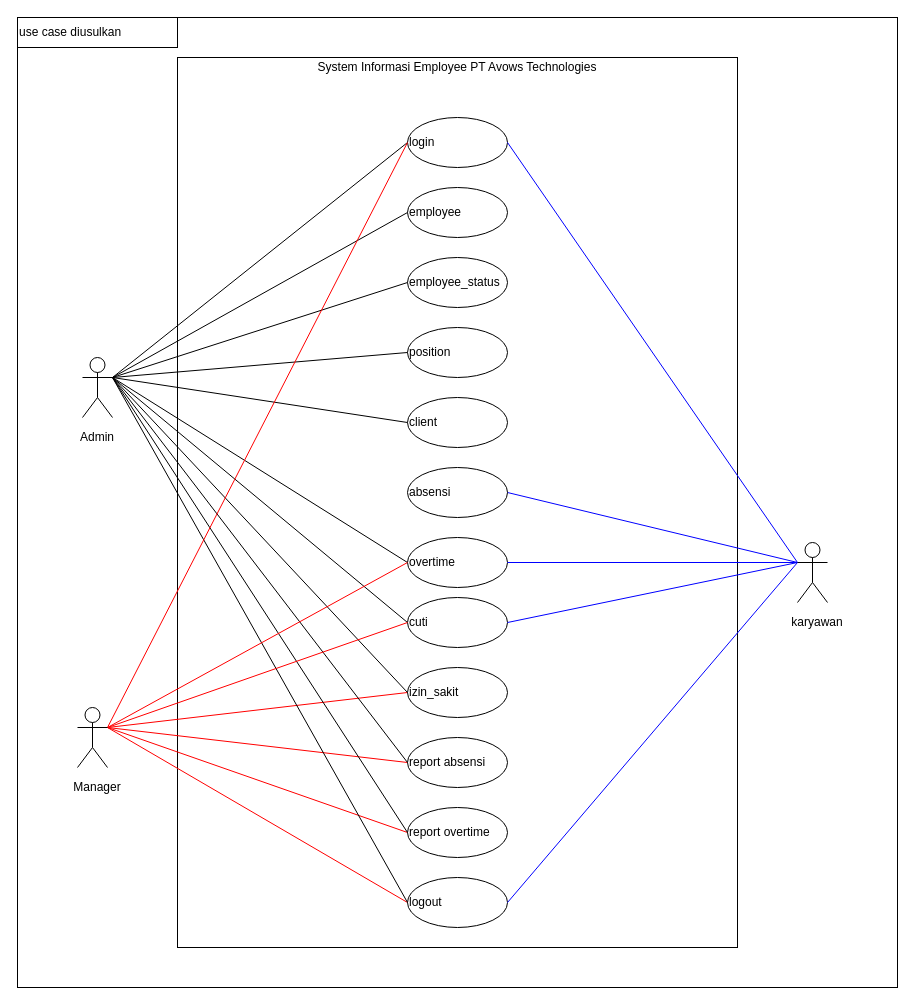
Before: page "uml" (4 of 8) of Penulisan/Bab 3-revisi sidang.drawio in w4hyud1/leni_karyawan, a draw.io diagram. Source tidied: cells renumbered, new cells numbered last; positions are measured from the earlier drawing's top-left corner, leaving out a move shared by most shapes. Both pictures are drawn from the tidied source at 100%, with x=0, y=0 at pixel (17, 17).
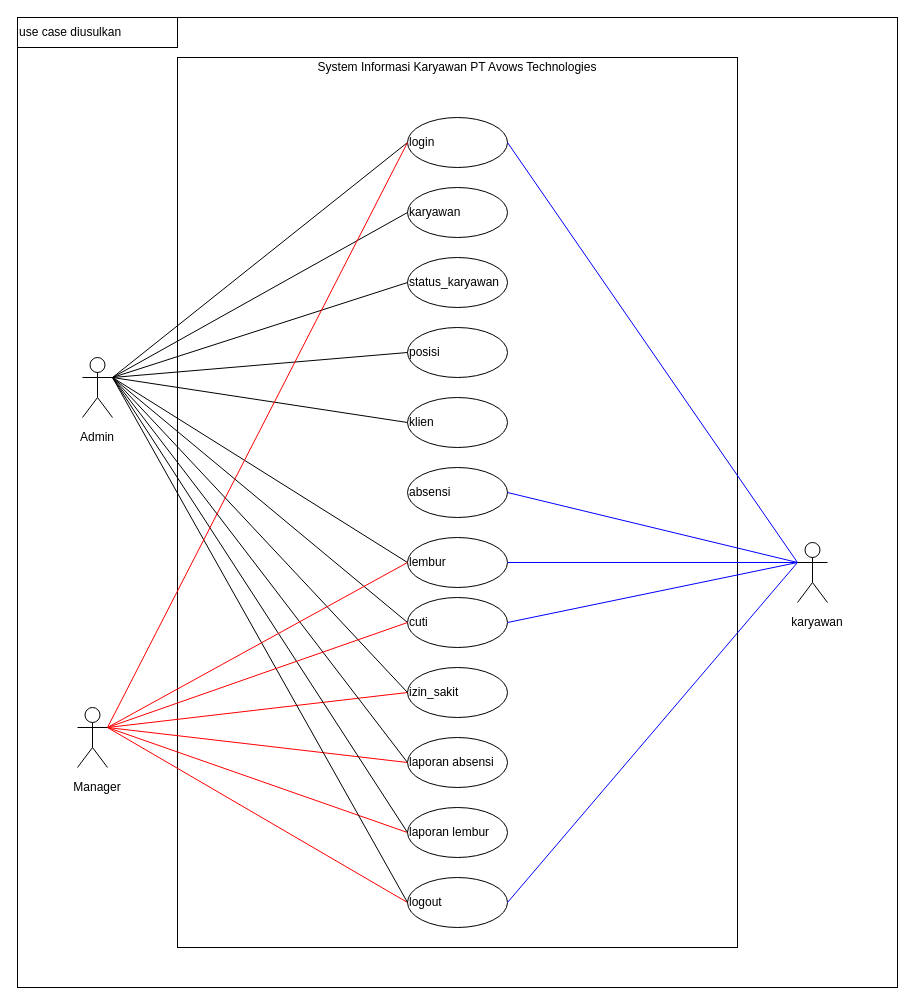
Above is the later version.

Diff of the diagram source:
```diff
@@
-    <mxCell id="6" value="employee" style="ellipse;whiteSpace=wrap;html=1;sketch=0;strokeColor=#000000;strokeWidth=1;fillColor=none;align=left;" parent="1" vertex="1">
+    <mxCell id="6" value="karyawan" style="ellipse;whiteSpace=wrap;html=1;sketch=0;strokeColor=#000000;strokeWidth=1;fillColor=none;align=left;" parent="1" vertex="1">
       <mxGeometry x="390" y="170" width="100" height="50" as="geometry" />
     </mxCell>
-    <mxCell id="7" value="employee_status" style="ellipse;whiteSpace=wrap;html=1;sketch=0;strokeColor=#000000;strokeWidth=1;fillColor=none;align=left;" parent="1" vertex="1">
+    <mxCell id="7" value="status_karyawan" style="ellipse;whiteSpace=wrap;html=1;sketch=0;strokeColor=#000000;strokeWidth=1;fillColor=none;align=left;" parent="1" vertex="1">
       <mxGeometry x="390" y="240" width="100" height="50" as="geometry" />
     </mxCell>
-    <mxCell id="8" value="position" style="ellipse;whiteSpace=wrap;html=1;sketch=0;strokeColor=#000000;strokeWidth=1;fillColor=none;align=left;" parent="1" vertex="1">
+    <mxCell id="8" value="posisi" style="ellipse;whiteSpace=wrap;html=1;sketch=0;strokeColor=#000000;strokeWidth=1;fillColor=none;align=left;" parent="1" vertex="1">
       <mxGeometry x="390" y="310" width="100" height="50" as="geometry" />
     </mxCell>
-    <mxCell id="9" value="client" style="ellipse;whiteSpace=wrap;html=1;sketch=0;strokeColor=#000000;strokeWidth=1;fillColor=none;align=left;" parent="1" vertex="1">
+    <mxCell id="9" value="klien" style="ellipse;whiteSpace=wrap;html=1;sketch=0;strokeColor=#000000;strokeWidth=1;fillColor=none;align=left;" parent="1" vertex="1">
       <mxGeometry x="390" y="380" width="100" height="50" as="geometry" />
     </mxCell>
@@
-    <mxCell id="12" value="overtime" style="ellipse;whiteSpace=wrap;html=1;sketch=0;strokeColor=#000000;strokeWidth=1;fillColor=none;align=left;" parent="1" vertex="1">
+    <mxCell id="12" value="lembur" style="ellipse;whiteSpace=wrap;html=1;sketch=0;strokeColor=#000000;strokeWidth=1;fillColor=none;align=left;" parent="1" vertex="1">
       <mxGeometry x="390" y="520" width="100" height="50" as="geometry" />
     </mxCell>
@@
-    <mxCell id="17" value="report absensi" style="ellipse;whiteSpace=wrap;html=1;sketch=0;strokeColor=#000000;strokeWidth=1;fillColor=none;align=left;" parent="1" vertex="1">
+    <mxCell id="17" value="laporan absensi" style="ellipse;whiteSpace=wrap;html=1;sketch=0;strokeColor=#000000;strokeWidth=1;fillColor=none;align=left;" parent="1" vertex="1">
       <mxGeometry x="390" y="720" width="100" height="50" as="geometry" />
     </mxCell>
@@
-    <mxCell id="19" value="report overtime" style="ellipse;whiteSpace=wrap;html=1;sketch=0;strokeColor=#000000;strokeWidth=1;fillColor=none;align=left;" parent="1" vertex="1">
+    <mxCell id="19" value="laporan lembur" style="ellipse;whiteSpace=wrap;html=1;sketch=0;strokeColor=#000000;strokeWidth=1;fillColor=none;align=left;" parent="1" vertex="1">
       <mxGeometry x="390" y="790" width="100" height="50" as="geometry" />
     </mxCell>
@@
-    <mxCell id="46" value="System Informasi Employee &lt;span&gt;PT Avows Technologies&lt;/span&gt;" style="text;html=1;strokeColor=none;fillColor=none;align=center;verticalAlign=middle;whiteSpace=wrap;rounded=0;sketch=0;" parent="1" vertex="1">
+    <mxCell id="46" value="System Informasi Karyawan &lt;span&gt;PT Avows Technologies&lt;/span&gt;" style="text;html=1;strokeColor=none;fillColor=none;align=center;verticalAlign=middle;whiteSpace=wrap;rounded=0;sketch=0;" parent="1" vertex="1">
       <mxGeometry x="160" y="40" width="560" height="20" as="geometry" />
     </mxCell>
```
